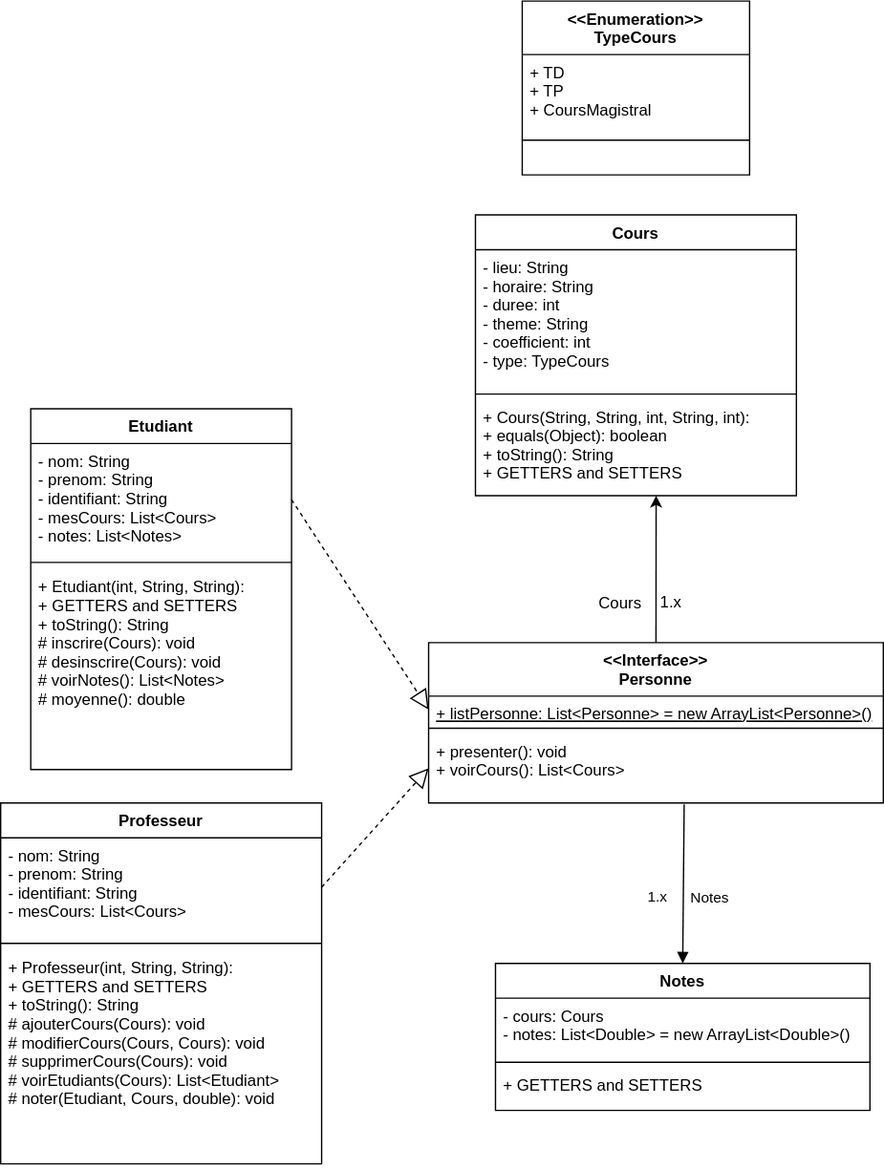
The draw.io diagram TP9_SystemeScolaire/assets/diagramme_de_classe.drawio.svg in jeremyfouquet/heritage_java, before a commit. Source tidied: cells renumbered, new cells last; positions are measured from the earlier drawing's top-left corner, leaving out a move shared by most shapes.
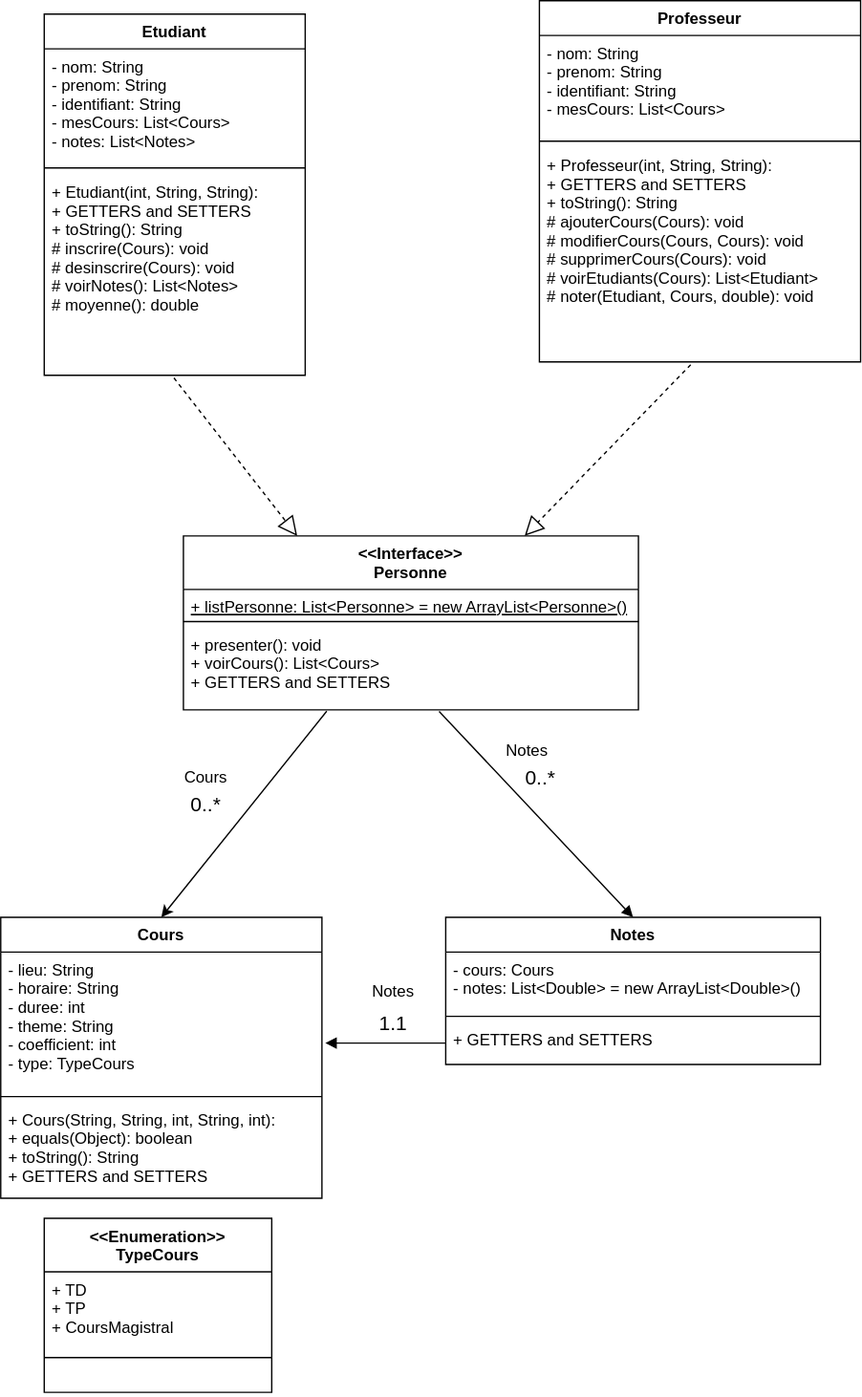
After the change.

What changed in the source:
```diff
@@ -2,21 +2,8 @@
   <root>
     <mxCell id="0" />
     <mxCell id="1" parent="0" />
-    <mxCell id="2" style="edgeStyle=none;rounded=0;jettySize=auto;html=1;fontSize=12;exitX=0.5;exitY=0;exitDx=0;exitDy=0;entryX=0.563;entryY=1;entryDx=0;entryDy=0;entryPerimeter=0;" parent="1" edge="1" source="9" target="8">
-      <mxGeometry relative="1" as="geometry" />
-    </mxCell>
-    <mxCell id="3" value="Cours" style="edgeLabel;html=1;align=center;verticalAlign=middle;fontSize=12;" parent="2" vertex="1">
-      <mxGeometry x="0.32" relative="1" as="geometry">
-        <mxPoint x="-28" y="43" as="offset" />
-      </mxGeometry>
-    </mxCell>
-    <mxCell id="4" value="1.x" style="edgeLabel;html=1;align=center;verticalAlign=middle;fontSize=12;" parent="2" vertex="1">
-      <mxGeometry x="0.55" y="1" relative="1" as="geometry">
-        <mxPoint x="11" y="55" as="offset" />
-      </mxGeometry>
-    </mxCell>
     <mxCell id="5" value="Cours" style="swimlane;fontStyle=1;align=center;verticalAlign=top;horizontal=1;startSize=26;" parent="1" vertex="1">
-      <mxGeometry x="355" y="160" width="240" height="210" as="geometry" />
+      <mxGeometry x="40" y="725" width="240" height="210" as="geometry" />
     </mxCell>
     <mxCell id="6" value="- lieu: String&#10;- horaire: String&#10;- duree: int&#10;- theme: String&#10;- coefficient: int&#10;- type: TypeCours" style="text;strokeColor=none;fillColor=none;align=left;verticalAlign=top;spacingLeft=4;spacingRight=4;overflow=hidden;fontStyle=0;" parent="5" vertex="1">
       <mxGeometry y="26" width="240" height="104" as="geometry" />
@@ -28,7 +15,7 @@
       <mxGeometry y="138" width="240" height="72" as="geometry" />
     </mxCell>
     <mxCell id="9" value="&lt;&lt;Interface&gt;&gt;&#10;Personne" style="swimlane;fontStyle=1;align=center;verticalAlign=top;horizontal=1;startSize=40;" parent="1" vertex="1">
-      <mxGeometry x="320" y="480" width="340" height="120" as="geometry" />
+      <mxGeometry x="176.5" y="440" width="340" height="130" as="geometry" />
     </mxCell>
     <mxCell id="10" value="+ listPersonne: List&lt;Personne&gt; = new ArrayList&lt;Personne&gt;()" style="text;strokeColor=none;fillColor=none;align=left;verticalAlign=top;spacingLeft=4;spacingRight=4;overflow=hidden;points=[[0,0.5],[1,0.5]];portConstraint=eastwest;fontStyle=4;" parent="9" vertex="1">
       <mxGeometry y="40" width="340" height="20" as="geometry" />
@@ -36,11 +23,11 @@
     <mxCell id="11" style="line;strokeWidth=1;fillColor=none;align=left;verticalAlign=middle;spacingTop=-1;spacingLeft=3;spacingRight=3;labelPosition=right;" parent="9" vertex="1">
       <mxGeometry y="60" width="340" height="8" as="geometry" />
     </mxCell>
-    <mxCell id="12" value="+ presenter(): void&#10;+ voirCours(): List&lt;Cours&gt;" style="text;strokeColor=none;fillColor=none;align=left;verticalAlign=top;spacingLeft=4;spacingRight=4;overflow=hidden;points=[[0,0.5],[1,0.5]];portConstraint=eastwest;fontStyle=0;" parent="9" vertex="1">
-      <mxGeometry y="68" width="340" height="52" as="geometry" />
+    <mxCell id="12" value="+ presenter(): void&#10;+ voirCours(): List&lt;Cours&gt;&#10;+ GETTERS and SETTERS" style="text;strokeColor=none;fillColor=none;align=left;verticalAlign=top;spacingLeft=4;spacingRight=4;overflow=hidden;points=[[0,0.5],[1,0.5]];portConstraint=eastwest;fontStyle=0;" parent="9" vertex="1">
+      <mxGeometry y="68" width="340" height="62" as="geometry" />
     </mxCell>
     <mxCell id="13" value="Etudiant" style="swimlane;fontStyle=1;align=center;verticalAlign=top;horizontal=1;startSize=26;" parent="1" vertex="1">
-      <mxGeometry x="22.5" y="305" width="195" height="270" as="geometry" />
+      <mxGeometry x="72.5" y="50" width="195" height="270" as="geometry" />
     </mxCell>
     <mxCell id="14" value="- nom: String&#10;- prenom: String&#10;- identifiant: String&#10;- mesCours: List&lt;Cours&gt;&#10;- notes: List&lt;Notes&gt;" style="text;strokeColor=none;fillColor=none;align=left;verticalAlign=top;spacingLeft=4;spacingRight=4;overflow=hidden;points=[[0,0.5],[1,0.5]];portConstraint=eastwest;fontStyle=0;" parent="13" vertex="1">
       <mxGeometry y="26" width="195" height="84" as="geometry" />
@@ -52,7 +39,7 @@
       <mxGeometry y="120" width="195" height="150" as="geometry" />
     </mxCell>
     <mxCell id="17" value="Professeur" style="swimlane;fontStyle=1;align=center;verticalAlign=top;horizontal=1;startSize=26;" parent="1" vertex="1">
-      <mxGeometry y="600" width="240" height="270" as="geometry" />
+      <mxGeometry x="442.5" y="40" width="240" height="270" as="geometry" />
     </mxCell>
     <mxCell id="18" value="- nom: String&#10;- prenom: String&#10;- identifiant: String&#10;- mesCours: List&lt;Cours&gt;" style="text;strokeColor=none;fillColor=none;align=left;verticalAlign=top;spacingLeft=4;spacingRight=4;overflow=hidden;points=[[0,0.5],[1,0.5]];portConstraint=eastwest;fontStyle=0;" parent="17" vertex="1">
       <mxGeometry y="26" width="240" height="74" as="geometry" />
@@ -63,14 +50,14 @@
     <mxCell id="20" value="+ Professeur(int, String, String):&#10;+ GETTERS and SETTERS&#10;+ toString(): String&#10;# ajouterCours(Cours): void&#10;# modifierCours(Cours, Cours): void&#10;# supprimerCours(Cours): void&#10;# voirEtudiants(Cours): List&lt;Etudiant&gt;&#10;# noter(Etudiant, Cours, double): void&#10;&#10;&#10;" style="text;strokeColor=none;fillColor=none;align=left;verticalAlign=top;spacingLeft=4;spacingRight=4;overflow=hidden;points=[[0,0.5],[1,0.5]];portConstraint=eastwest;" parent="17" vertex="1">
       <mxGeometry y="110" width="240" height="160" as="geometry" />
     </mxCell>
-    <mxCell id="21" style="endArrow=block;dashed=1;endFill=0;endSize=12;html=1;rounded=0;exitX=1;exitY=0.5;exitDx=0;exitDy=0;entryX=0;entryY=0.5;entryDx=0;entryDy=0;" parent="1" edge="1" source="18" target="12">
+    <mxCell id="21" style="endArrow=block;dashed=1;endFill=0;endSize=12;html=1;rounded=0;exitX=0.471;exitY=1.013;exitDx=0;exitDy=0;entryX=0.75;entryY=0;entryDx=0;entryDy=0;exitPerimeter=0;" parent="1" edge="1" source="20" target="9">
       <mxGeometry relative="1" as="geometry" />
     </mxCell>
-    <mxCell id="22" style="endArrow=block;dashed=1;endFill=0;endSize=12;html=1;rounded=0;exitX=1;exitY=0.5;exitDx=0;exitDy=0;entryX=0;entryY=0.5;entryDx=0;entryDy=0;" parent="1" edge="1" source="14" target="10">
+    <mxCell id="22" style="endArrow=block;dashed=1;endFill=0;endSize=12;html=1;rounded=0;exitX=0.497;exitY=1.013;exitDx=0;exitDy=0;entryX=0.25;entryY=0;entryDx=0;entryDy=0;exitPerimeter=0;" parent="1" edge="1" source="16" target="9">
       <mxGeometry relative="1" as="geometry" />
     </mxCell>
     <mxCell id="23" value="&lt;&lt;Enumeration&gt;&gt;&#10;TypeCours" style="swimlane;fontStyle=1;align=center;verticalAlign=top;horizontal=1;startSize=40;" parent="1" vertex="1">
-      <mxGeometry x="390" width="170" height="130" as="geometry" />
+      <mxGeometry x="72.5" y="950" width="170" height="130" as="geometry" />
     </mxCell>
     <mxCell id="24" value="+ TD&#10;+ TP&#10;+ CoursMagistral" style="text;strokeColor=none;fillColor=none;align=left;verticalAlign=top;spacingLeft=4;spacingRight=4;overflow=hidden;fontStyle=0;" parent="23" vertex="1">
       <mxGeometry y="40" width="170" height="60" as="geometry" />
@@ -82,7 +69,7 @@
       <mxGeometry y="108" width="170" height="22" as="geometry" />
     </mxCell>
     <mxCell id="27" value="Notes" style="swimlane;fontStyle=1;align=center;verticalAlign=top;horizontal=1;startSize=26;" parent="1" vertex="1">
-      <mxGeometry x="370" y="720" width="280" height="110" as="geometry" />
+      <mxGeometry x="372.5" y="725" width="280" height="110" as="geometry" />
     </mxCell>
     <mxCell id="28" value="- cours: Cours&#10;- notes: List&lt;Double&gt; = new ArrayList&lt;Double&gt;()" style="text;strokeColor=none;fillColor=none;align=left;verticalAlign=top;spacingLeft=4;spacingRight=4;overflow=hidden;fontStyle=0;" parent="27" vertex="1">
       <mxGeometry y="26" width="280" height="44" as="geometry" />
@@ -93,13 +80,36 @@
     <mxCell id="30" value="+ GETTERS and SETTERS" style="text;strokeColor=none;fillColor=none;align=left;verticalAlign=top;spacingLeft=4;spacingRight=4;overflow=hidden;points=[[0,0.5],[1,0.5]];portConstraint=eastwest;fontStyle=0;" parent="27" vertex="1">
       <mxGeometry y="78" width="280" height="32" as="geometry" />
     </mxCell>
-    <mxCell id="31" value="Notes" style="html=1;verticalAlign=bottom;endArrow=block;rounded=0;entryX=0.5;entryY=0;entryDx=0;entryDy=0;exitX=0.562;exitY=1.019;exitDx=0;exitDy=0;exitPerimeter=0;" parent="1" edge="1" source="12" target="27">
-      <mxGeometry x="0.32" y="20" relative="1" as="geometry" />
+    <mxCell id="31" value="&lt;font style=&quot;font-size: 12px&quot;&gt;Notes&lt;/font&gt;" style="html=1;verticalAlign=bottom;endArrow=block;rounded=0;entryX=0.5;entryY=0;entryDx=0;entryDy=0;exitX=0.562;exitY=1.019;exitDx=0;exitDy=0;exitPerimeter=0;" parent="1" edge="1" source="12" target="27">
+      <mxGeometry x="-0.31" y="21" relative="1" as="geometry" />
     </mxCell>
-    <mxCell id="32" value="1.x" style="edgeLabel;html=1;align=center;verticalAlign=middle;" parent="31" vertex="1">
+    <mxCell id="32" value="0..*" style="edgeLabel;html=1;align=center;verticalAlign=middle;fontSize=15;" parent="31" vertex="1">
       <mxGeometry x="0.4" y="-2" relative="1" as="geometry">
-        <mxPoint x="-18" y="-14" as="offset" />
+        <mxPoint x="-24" y="-60" as="offset" />
       </mxGeometry>
     </mxCell>
+    <mxCell id="33" style="edgeStyle=none;rounded=0;jettySize=auto;html=1;fontSize=12;exitX=0.315;exitY=1.016;exitDx=0;exitDy=0;entryX=0.5;entryY=0;entryDx=0;entryDy=0;exitPerimeter=0;" parent="1" edge="1" source="12" target="5">
+      <mxGeometry relative="1" as="geometry" />
+    </mxCell>
+    <mxCell id="3" value="Cours" style="edgeLabel;html=1;align=center;verticalAlign=middle;fontSize=12;" parent="33" vertex="1">
+      <mxGeometry x="0.32" relative="1" as="geometry">
+        <mxPoint x="-9" y="-53" as="offset" />
+      </mxGeometry>
+    </mxCell>
+    <mxCell id="34" value="0..*" style="edgeLabel;html=1;align=center;verticalAlign=middle;fontSize=15;" parent="33" vertex="1">
+      <mxGeometry x="0.55" y="1" relative="1" as="geometry">
+        <mxPoint x="4" y="-51" as="offset" />
+      </mxGeometry>
+    </mxCell>
+    <mxCell id="35" value="&lt;font style=&quot;font-size: 12px&quot;&gt;Notes&lt;/font&gt;" style="html=1;verticalAlign=bottom;endArrow=block;rounded=0;exitX=0;exitY=0.5;exitDx=0;exitDy=0;" parent="1" edge="1" source="30">
+      <mxGeometry x="-0.11" y="-29" relative="1" as="geometry">
+        <mxPoint x="282.5" y="819" as="targetPoint" />
+      </mxGeometry>
+    </mxCell>
+    <mxCell id="36" value="1.1" style="edgeLabel;html=1;align=center;verticalAlign=middle;fontSize=15;" parent="35" vertex="1">
+      <mxGeometry x="0.4" y="-2" relative="1" as="geometry">
+        <mxPoint x="23" y="-14" as="offset" />
+      </mxGeometry>
+    </mxCell>
   </root>
 </mxGraphModel>
```
